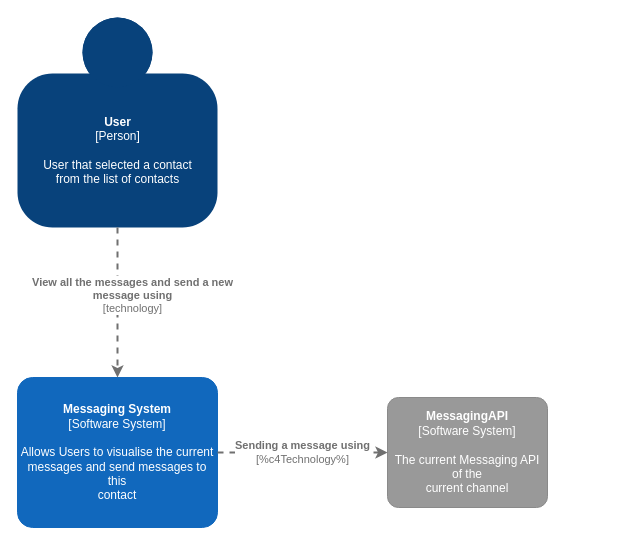
HristeaIonut/Morse-Diagrams keeps this draw.io diagram as page "Context-Diagram" (1 of 3) of C4/C4-Messaging-Module.drawio. Above is the earlier version. Source tidied: cells renumbered, new cells numbered last; positions are measured from the earlier drawing's top-left corner, leaving out a move shared by most shapes. Both pictures are drawn from the tidied source at 100%, with x=0, y=0 at pixel (17, 17).
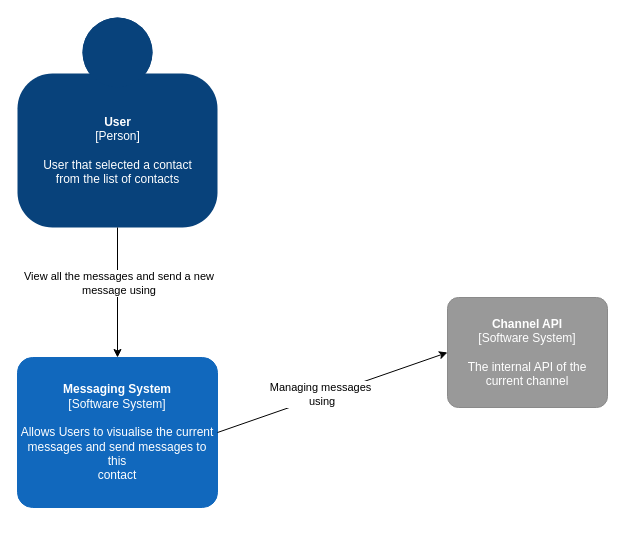
The same page after the edit.

Change to the diagram source:
```diff
@@
 <mxGraphModel>
   <root>
     <mxCell id="0" />
     <mxCell id="1" parent="0" />
     <object id="2" label="&lt;b&gt;%c4Name%&lt;/b&gt;&lt;div&gt;[%c4Type%]&lt;/div&gt;&lt;br&gt;&lt;div&gt;%c4Description%&lt;/div&gt;" c4Description="User that selected a contact &#10;from the list of contacts" c4Name="User" c4Type="Person" placeholders="1">
       <mxCell style="html=1;dashed=0;whitespace=wrap;fillColor=#08427b;strokeColor=none;fontColor=#ffffff;shape=mxgraph.c4.person;align=center;points=[[0.5,0,0],[1,0.5,0],[1,0.75,0],[0.75,1,0],[0.5,1,0],[0.25,1,0],[0,0.75,0],[0,0.5,0]];metaData={&quot;c4Type&quot;:{&quot;editable&quot;:false}};" parent="1" vertex="1">
         <mxGeometry width="200" height="210" as="geometry" />
       </mxCell>
     </object>
     <object id="3" label="&lt;b&gt;%c4Name%&lt;/b&gt;&lt;div&gt;[%c4Type%]&lt;/div&gt;&lt;br&gt;&lt;div&gt;%c4Description%&lt;/div&gt;" c4Description="Allows Users to visualise the current&#10;messages and send messages to this&#10;contact  " c4Name="Messaging System" c4Type="Software System" placeholders="1">
       <mxCell style="rounded=1;whiteSpace=wrap;html=1;labelBackgroundColor=none;fillColor=#1168BD;fontColor=#ffffff;align=center;arcSize=10;strokeColor=#1168BD;metaData={&quot;c4Type&quot;:{&quot;editable&quot;:false}};points=[[0.25,0,0],[0.5,0,0],[0.75,0,0],[1,0.25,0],[1,0.5,0],[1,0.75,0],[0.75,1,0],[0.5,1,0],[0.25,1,0],[0,0.75,0],[0,0.5,0],[0,0.25,0]];" parent="1" vertex="1">
-        <mxGeometry y="360" width="200" height="150" as="geometry" />
+        <mxGeometry y="340" width="200" height="150" as="geometry" />
       </mxCell>
     </object>
-    <object id="4" label="&lt;b&gt;%c4Name%&lt;/b&gt;&lt;div&gt;[%c4Type%]&lt;/div&gt;&lt;br&gt;&lt;div&gt;%c4Description%&lt;/div&gt;" c4Description="The current Messaging API of the &#10;current channel " c4Name="MessagingAPI" c4Type="Software System" placeholders="1">
+    <object id="4" label="&lt;b&gt;%c4Name%&lt;/b&gt;&lt;div&gt;[%c4Type%]&lt;/div&gt;&lt;br&gt;&lt;div&gt;%c4Description%&lt;/div&gt;" c4Description="The internal API of the &#10;current channel " c4Name="Channel API" c4Type="Software System" placeholders="1">
       <mxCell style="rounded=1;whiteSpace=wrap;html=1;labelBackgroundColor=none;fillColor=#999999;fontColor=#ffffff;align=center;arcSize=10;strokeColor=#8A8A8A;metaData={&quot;c4Type&quot;:{&quot;editable&quot;:false}};points=[[0.25,0,0],[0.5,0,0],[0.75,0,0],[1,0.25,0],[1,0.5,0],[1,0.75,0],[0.75,1,0],[0.5,1,0],[0.25,1,0],[0,0.75,0],[0,0.5,0],[0,0.25,0]];" parent="1" vertex="1">
-        <mxGeometry x="370" y="380" width="160" height="110" as="geometry" />
+        <mxGeometry x="430" y="280" width="160" height="110" as="geometry" />
       </mxCell>
     </object>
-    <object id="5" label="&lt;div style=&quot;text-align: left&quot;&gt;&lt;div style=&quot;text-align: center&quot;&gt;&lt;b&gt;%c4Description%&lt;/b&gt;&lt;/div&gt;&lt;div style=&quot;text-align: center&quot;&gt;[%c4Technology%]&lt;/div&gt;&lt;/div&gt;" c4Description="View all the messages and send a new &#10;message using " c4Technology="technology" placeholders="1">
-      <mxCell style="edgeStyle=none;rounded=0;html=1;entryX=0.5;entryY=0;jettySize=auto;strokeColor=#707070;strokeWidth=2;fontColor=#707070;jumpStyle=none;dashed=1;metaData={&quot;c4Type&quot;:{&quot;editable&quot;:false}};exitX=0.5;exitY=1;exitDx=0;exitDy=0;exitPerimeter=0;entryDx=0;entryDy=0;entryPerimeter=0;" parent="1" edge="1" source="2" target="3">
-        <mxGeometry x="-0.1" y="15" relative="1" as="geometry" />
-      </mxCell>
-    </object>
+    <mxCell id="5" style="endArrow=classic;html=1;entryX=0.5;entryY=0;entryDx=0;entryDy=0;entryPerimeter=0;exitX=0.5;exitY=1;exitDx=0;exitDy=0;exitPerimeter=0;" parent="1" edge="1" source="2" target="3">
+      <mxGeometry relative="1" as="geometry" />
+    </mxCell>
+    <mxCell id="7" value="&lt;div&gt;View all the messages and send a new&amp;nbsp;&lt;/div&gt;&lt;div&gt;message using&amp;nbsp;&lt;/div&gt;" style="edgeLabel;html=1;align=center;verticalAlign=middle;" parent="5" vertex="1">
+      <mxGeometry x="-0.15" y="2" relative="1" as="geometry" />
+    </mxCell>
-    <object id="6" label="&lt;div style=&quot;text-align: left&quot;&gt;&lt;div style=&quot;text-align: center&quot;&gt;&lt;b&gt;%c4Description%&lt;/b&gt;&lt;/div&gt;&lt;div style=&quot;text-align: center&quot;&gt;[%c4Technology%]&lt;/div&gt;&lt;/div&gt;" c4Description="Sending a message using" placeholders="1">
-      <mxCell style="edgeStyle=none;rounded=0;html=1;entryX=0;entryY=0.5;jettySize=auto;strokeColor=#707070;strokeWidth=2;fontColor=#707070;jumpStyle=none;dashed=1;metaData={&quot;c4Type&quot;:{&quot;editable&quot;:false}};exitX=1;exitY=0.5;exitDx=0;exitDy=0;exitPerimeter=0;entryDx=0;entryDy=0;entryPerimeter=0;" parent="1" edge="1" source="3" target="4">
-        <mxGeometry relative="1" as="geometry" />
-      </mxCell>
-    </object>
+    <mxCell id="6" style="endArrow=classic;html=1;exitX=1;exitY=0.5;exitDx=0;exitDy=0;exitPerimeter=0;entryX=0;entryY=0.5;entryDx=0;entryDy=0;entryPerimeter=0;" parent="1" edge="1" source="3" target="4">
+      <mxGeometry relative="1" as="geometry" />
+    </mxCell>
+    <mxCell id="8" value="Managing messages&lt;br&gt;&amp;nbsp;using" style="edgeLabel;html=1;align=center;verticalAlign=middle;" parent="6" vertex="1">
+      <mxGeometry x="-0.1" y="3" relative="1" as="geometry" />
+    </mxCell>
   </root>
 </mxGraphModel>
```
